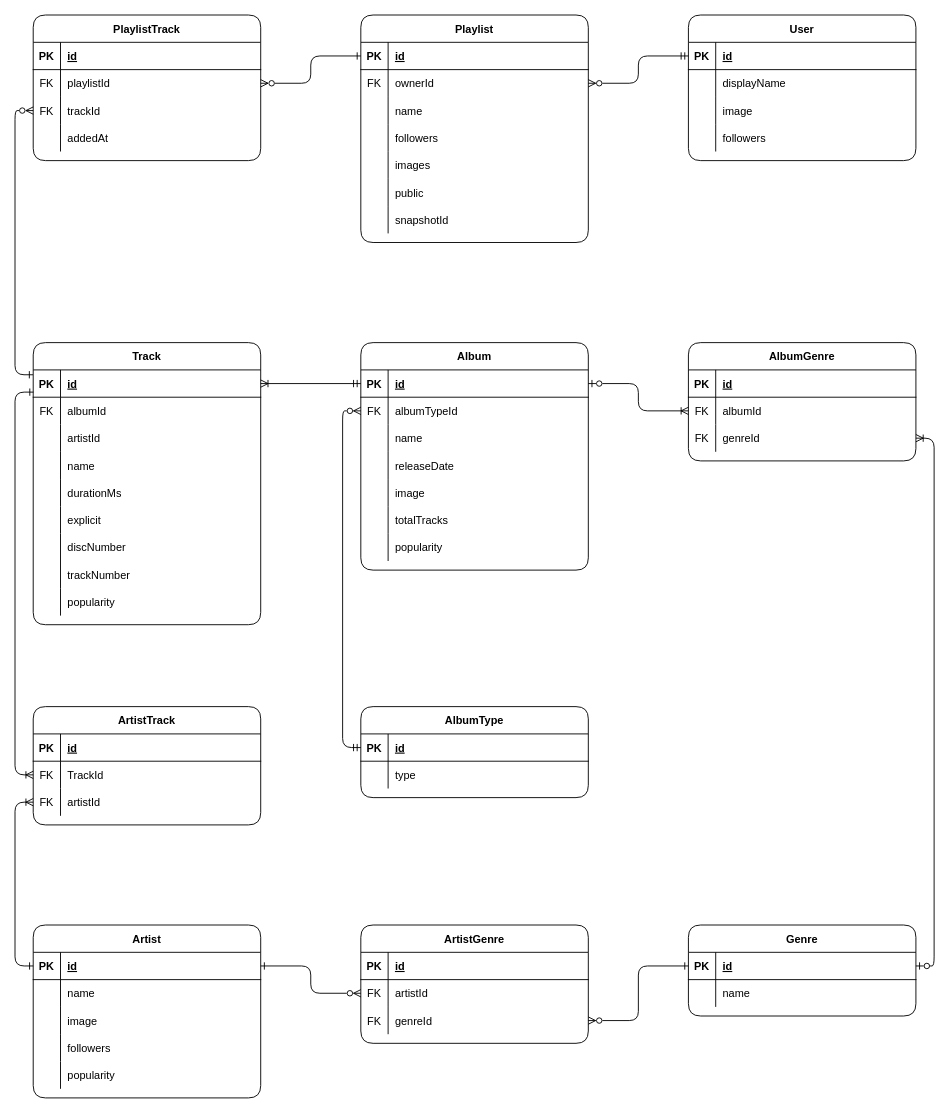
Before: ERD.drawio in MrDrummer/SpotifyPlaylistGenerator, a draw.io diagram. Source tidied: cells renumbered, new cells numbered last; positions are measured from the earlier drawing's top-left corner, leaving out a move shared by most shapes. Both pictures are drawn from the tidied source at 91%, with x=0, y=0 at pixel (15, 15).
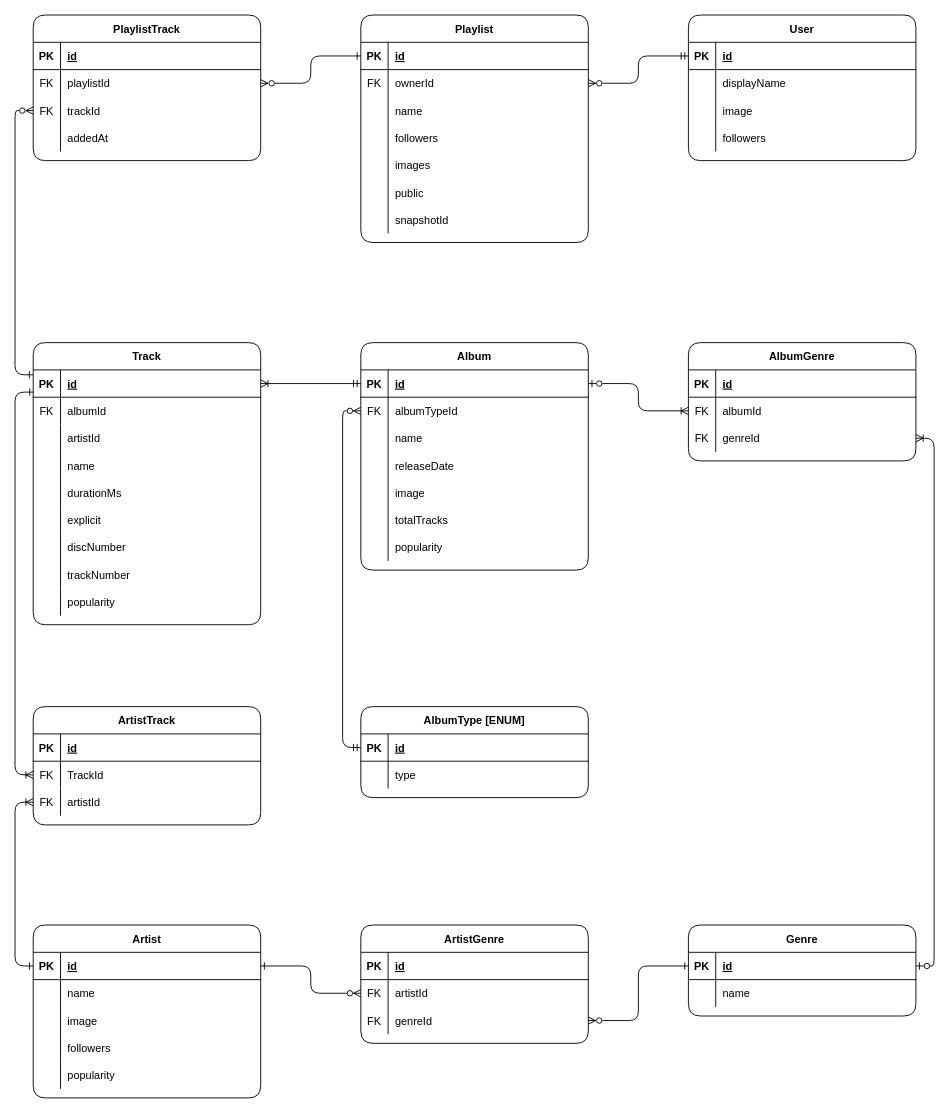
Above is the later version.

Diff of the diagram source:
```diff
@@
-    <mxCell id="130" value="AlbumType" style="shape=table;startSize=30;childLayout=tableLayout;rowLines=0;fontStyle=1;align=center;rounded=1;" parent="1" vertex="1">
+    <mxCell id="130" value="AlbumType [ENUM]" style="shape=table;startSize=30;childLayout=tableLayout;rowLines=0;fontStyle=1;align=center;rounded=1;" parent="1" vertex="1">
       <mxGeometry x="380" y="760" width="250" height="100" as="geometry" />
     </mxCell>
```
